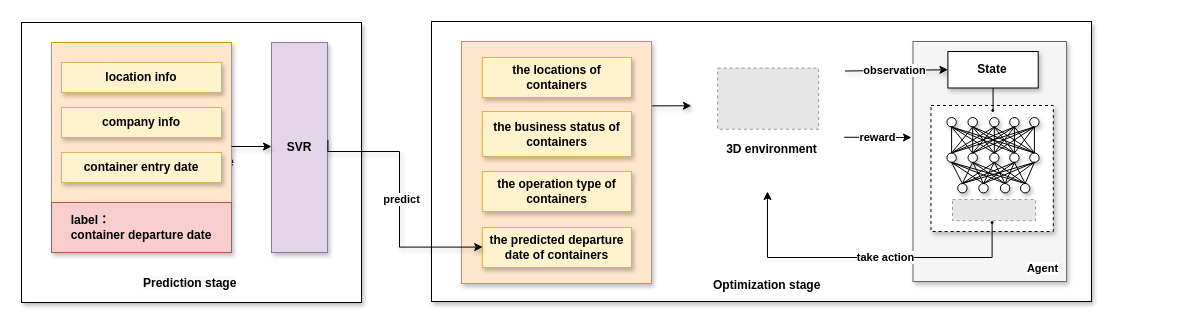
qq1013338945/best-of-ml-python keeps this draw.io diagram as Untitled Diagram.drawio. Above is the earlier version. Source tidied: cells renumbered, new cells numbered last; positions are measured from the earlier drawing's top-left corner, leaving out a move shared by most shapes. Both pictures are drawn from the tidied source at 100%, with x=0, y=0 at pixel (21, 21). Pictures stored in the file or linked from it are replaced by grey dashed boxes.
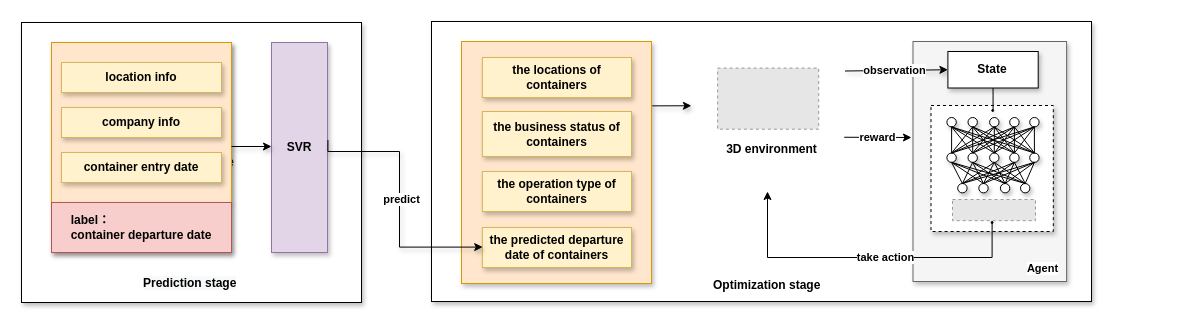
After the change.

Diff of the diagram source:
```diff
@@
-    <mxCell id="4" style="group;shadow=1;" parent="1" vertex="1">
+    <mxCell id="4" style="group;shadow=1;fillColor=#FA6800;fontColor=#000000;strokeColor=#C73500;" parent="1" vertex="1">
       <mxGeometry x="30" y="21" width="180" height="210" as="geometry" />
     </mxCell>
```
